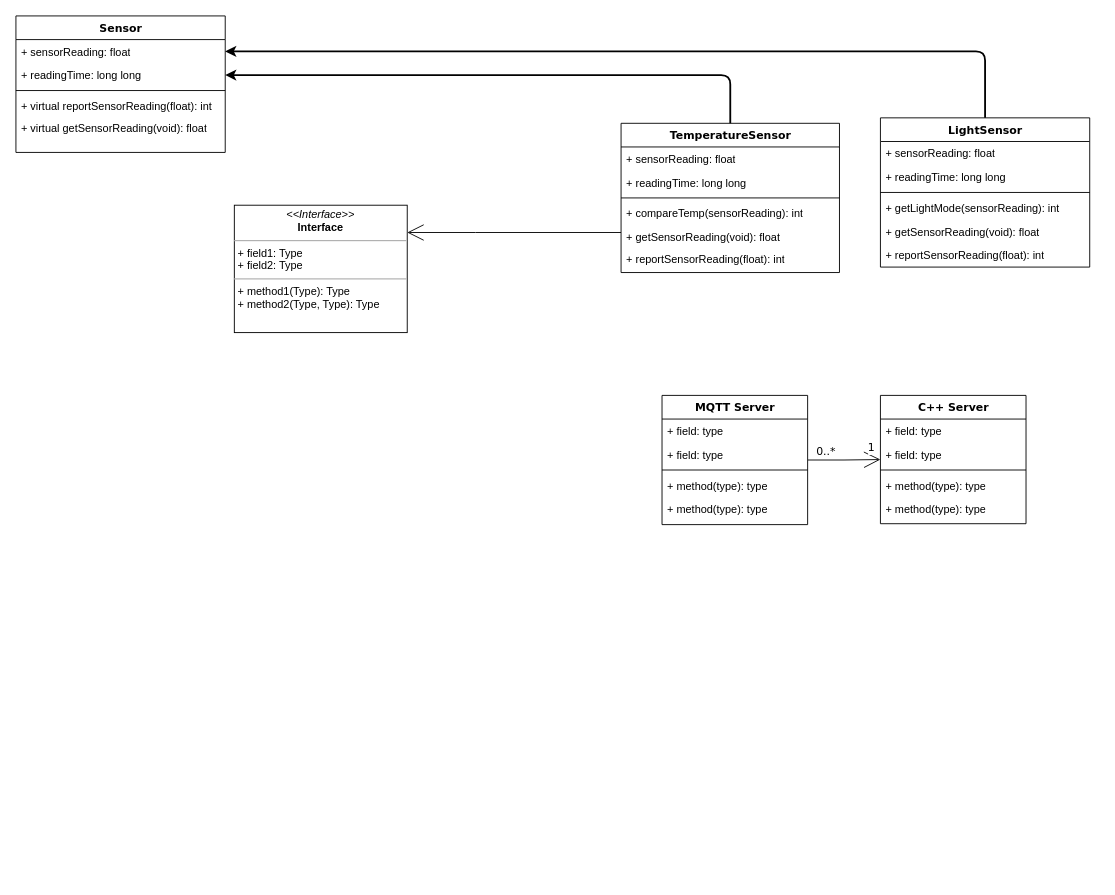
Marcelle-Samir/IoT-MQTT keeps this draw.io diagram as design.drawio. Above is the earlier version. Source tidied: cells renumbered, new cells numbered last; positions are measured from the earlier drawing's top-left corner, leaving out a move shared by most shapes. Both pictures are drawn from the tidied source at 91%, with x=0, y=0 at pixel (15, 15).
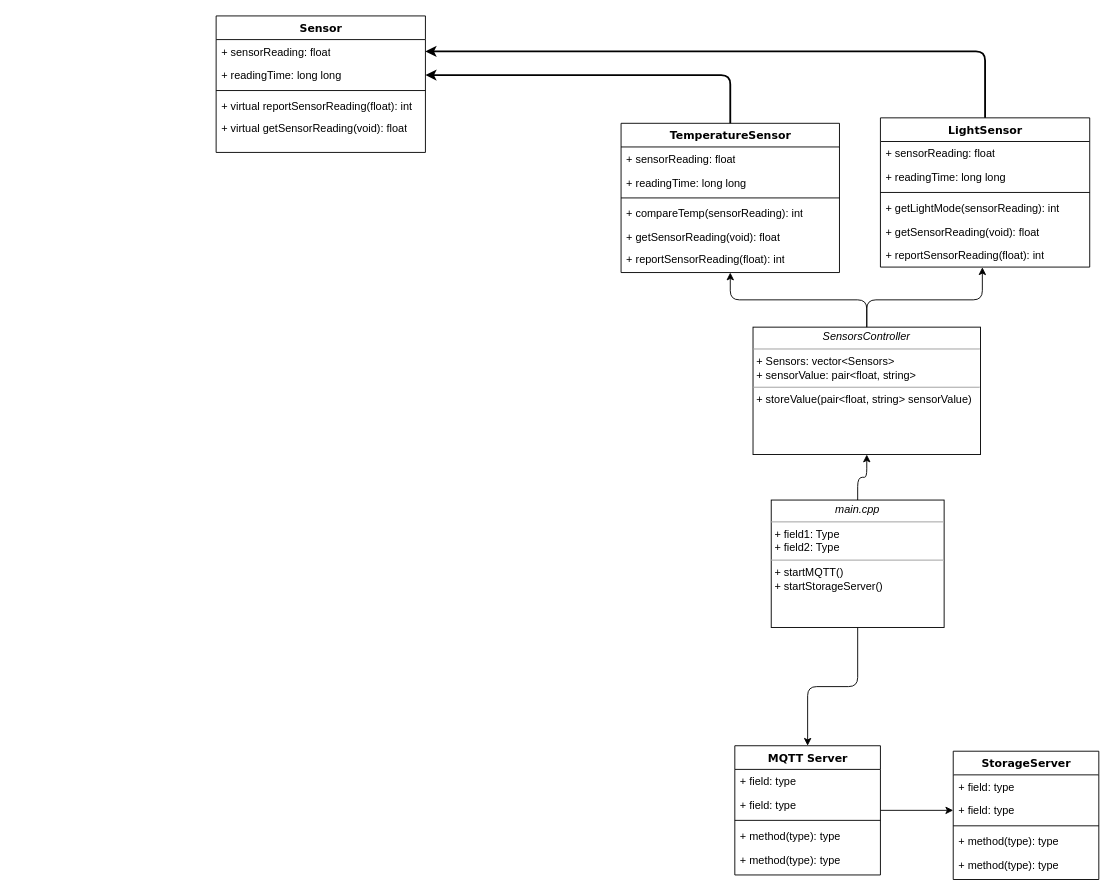
After the change.

The change refers to these unchanged cells:
```xml
<mxCell id="10" value="TemperatureSensor" style="swimlane;html=1;fontStyle=1;align=center;verticalAlign=top;horizontal=1;startSize=26;swimlaneFillColor=#ffffff;rounded=0;shadow=0;comic=0;labelBackgroundColor=none;strokeWidth=1;fillColor=none;fontFamily=Verdana;fontSize=12;" parent="1" vertex="1">
  <mxGeometry x="665" y="118" width="240" height="164" as="geometry" />
</mxCell>
<mxCell id="28" value="+ field: type" style="text;html=1;strokeColor=none;fillColor=none;align=left;verticalAlign=top;spacingLeft=4;spacingRight=4;whiteSpace=wrap;overflow=hidden;points=[[0,0.5],[1,0.5]];portConstraint=eastwest;" parent="26" vertex="1">
  <mxGeometry y="52" width="160" height="26" as="geometry" />
</mxCell>
<mxCell id="39" value="+ reportSensorReading(float): int&lt;br&gt;&lt;div&gt;&lt;br&gt;&lt;/div&gt;" style="text;html=1;strokeColor=none;fillColor=none;align=left;verticalAlign=top;spacingLeft=4;spacingRight=4;whiteSpace=wrap;overflow=hidden;points=[[0,0.5],[1,0.5]];portConstraint=eastwest;" parent="33" vertex="1">
  <mxGeometry y="138" width="230" height="26" as="geometry" />
</mxCell>
```

Change to the diagram source:
```diff
@@
     <mxCell id="2" value="Sensor" style="swimlane;html=1;fontStyle=1;align=center;verticalAlign=top;horizontal=1;startSize=26;swimlaneFillColor=#ffffff;rounded=0;shadow=0;comic=0;labelBackgroundColor=none;strokeWidth=1;fillColor=none;fontFamily=Verdana;fontSize=12;" parent="1" vertex="1">
-      <mxGeometry width="230" height="150" as="geometry" />
+      <mxGeometry x="220" width="230" height="150" as="geometry" />
     </mxCell>
@@
-    <mxCell id="8" style="edgeStyle=orthogonalEdgeStyle;rounded=0;html=1;labelBackgroundColor=none;startArrow=none;startFill=0;startSize=8;endArrow=open;endFill=0;endSize=16;fontFamily=Verdana;fontSize=12;" parent="1" edge="1" source="10" target="32">
-      <mxGeometry relative="1" as="geometry">
-        <Array as="points">
-          <mxPoint x="505" y="238" />
-          <mxPoint x="505" y="238" />
-        </Array>
-      </mxGeometry>
-    </mxCell>
@@
-    <mxCell id="17" style="edgeStyle=orthogonalEdgeStyle;rounded=0;html=1;labelBackgroundColor=none;startArrow=none;startFill=0;startSize=8;endArrow=open;endFill=0;endSize=16;fontFamily=Verdana;fontSize=12;" parent="1" edge="1" source="20" target="26">
-      <mxGeometry relative="1" as="geometry" />
-    </mxCell>
-    <mxCell id="18" value="0..*" style="text;html=1;align=center;verticalAlign=middle;labelBackgroundColor=#ffffff;fontSize=12;fontFamily=Verdana;" parent="17" vertex="1">
-      <mxGeometry x="-0.79" relative="1" as="geometry">
-        <mxPoint x="11" y="-10" as="offset" />
-      </mxGeometry>
-    </mxCell>
-    <mxCell id="19" value="1" style="text;html=1;align=center;verticalAlign=middle;labelBackgroundColor=#ffffff;fontSize=12;fontFamily=Verdana;" parent="17" vertex="1">
-      <mxGeometry x="0.7" y="1" relative="1" as="geometry">
-        <mxPoint x="2" y="-12" as="offset" />
-      </mxGeometry>
-    </mxCell>
+    <mxCell id="41" style="edgeStyle=orthogonalEdgeStyle;rounded=0;jettySize=auto;html=1;" parent="1" edge="1" source="20" target="28">
+      <mxGeometry relative="1" as="geometry" />
+    </mxCell>
     <mxCell id="20" value="MQTT Server" style="swimlane;html=1;fontStyle=1;align=center;verticalAlign=top;horizontal=1;startSize=26;swimlaneFillColor=#ffffff;rounded=0;shadow=0;comic=0;labelBackgroundColor=none;strokeWidth=1;fillColor=none;fontFamily=Verdana;fontSize=12;" parent="1" vertex="1">
-      <mxGeometry x="710" y="417" width="160" height="142" as="geometry" />
+      <mxGeometry x="790" y="802" width="160" height="142" as="geometry" />
     </mxCell>
@@
-    <mxCell id="26" value="C++ Server" style="swimlane;html=1;fontStyle=1;align=center;verticalAlign=top;horizontal=1;startSize=26;swimlaneFillColor=#ffffff;rounded=0;shadow=0;comic=0;labelBackgroundColor=none;strokeWidth=1;fillColor=none;fontFamily=Verdana;fontSize=12;" parent="1" vertex="1">
-      <mxGeometry x="950" y="417" width="160" height="141" as="geometry" />
+    <mxCell id="26" value="StorageServer" style="swimlane;html=1;fontStyle=1;align=center;verticalAlign=top;horizontal=1;startSize=26;swimlaneFillColor=#ffffff;rounded=0;shadow=0;comic=0;labelBackgroundColor=none;strokeWidth=1;fillColor=none;fontFamily=Verdana;fontSize=12;" parent="1" vertex="1">
+      <mxGeometry x="1030" y="808" width="160" height="141" as="geometry" />
     </mxCell>
@@
+    <mxCell id="42" style="edgeStyle=orthogonalEdgeStyle;rounded=1;jettySize=auto;html=1;curved=0;" parent="1" edge="1" source="32" target="20">
+      <mxGeometry relative="1" as="geometry" />
+    </mxCell>
+    <mxCell id="43" style="edgeStyle=orthogonalEdgeStyle;rounded=1;jettySize=auto;html=1;curved=0;" parent="1" edge="1" source="32" target="45">
+      <mxGeometry relative="1" as="geometry" />
+    </mxCell>
-    <mxCell id="32" value="&lt;p style=&quot;margin:0px;margin-top:4px;text-align:center;&quot;&gt;&lt;i&gt;&amp;lt;&amp;lt;Interface&amp;gt;&amp;gt;&lt;/i&gt;&lt;br/&gt;&lt;b&gt;Interface&lt;/b&gt;&lt;/p&gt;&lt;hr size=&quot;1&quot;/&gt;&lt;p style=&quot;margin:0px;margin-left:4px;&quot;&gt;+ field1: Type&lt;br/&gt;+ field2: Type&lt;/p&gt;&lt;hr size=&quot;1&quot;/&gt;&lt;p style=&quot;margin:0px;margin-left:4px;&quot;&gt;+ method1(Type): Type&lt;br/&gt;+ method2(Type, Type): Type&lt;/p&gt;" style="verticalAlign=top;align=left;overflow=fill;fontSize=12;fontFamily=Helvetica;html=1;rounded=0;shadow=0;comic=0;labelBackgroundColor=none;strokeWidth=1;" parent="1" vertex="1">
-      <mxGeometry x="240" y="208" width="190" height="140" as="geometry" />
+    <mxCell id="32" value="&lt;p style=&quot;margin:0px;margin-top:4px;text-align:center;&quot;&gt;&lt;i&gt;main.cpp&lt;/i&gt;&lt;/p&gt;&lt;hr size=&quot;1&quot;&gt;&lt;p style=&quot;margin:0px;margin-left:4px;&quot;&gt;+ field1: Type&lt;br&gt;+ field2: Type&lt;/p&gt;&lt;hr size=&quot;1&quot;&gt;&lt;p style=&quot;margin:0px;margin-left:4px;&quot;&gt;+ startMQTT()&lt;br&gt;+ startStorageServer()&lt;/p&gt;" style="verticalAlign=top;align=left;overflow=fill;fontSize=12;fontFamily=Helvetica;html=1;rounded=0;shadow=0;comic=0;labelBackgroundColor=none;strokeWidth=1;" parent="1" vertex="1">
+      <mxGeometry x="830" y="532" width="190" height="140" as="geometry" />
     </mxCell>
@@
+    <mxCell id="44" style="edgeStyle=orthogonalEdgeStyle;rounded=1;jettySize=auto;html=1;entryX=0.5;entryY=1;entryDx=0;entryDy=0;curved=0;" parent="1" edge="1" source="45" target="10">
+      <mxGeometry relative="1" as="geometry" />
+    </mxCell>
+    <mxCell id="45" value="&lt;p style=&quot;margin:0px;margin-top:4px;text-align:center;&quot;&gt;&lt;i&gt;SensorsController&lt;/i&gt;&lt;/p&gt;&lt;hr size=&quot;1&quot;&gt;&lt;p style=&quot;margin:0px;margin-left:4px;&quot;&gt;+ Sensors: vector&amp;lt;Sensors&amp;gt;&lt;br&gt;+ sensorValue:&amp;nbsp;&lt;span style=&quot;background-color: initial;&quot;&gt;pair&amp;lt;float, string&amp;gt;&lt;/span&gt;&lt;/p&gt;&lt;hr size=&quot;1&quot;&gt;&lt;p style=&quot;margin:0px;margin-left:4px;&quot;&gt;+ storeValue(&lt;span style=&quot;background-color: initial;&quot;&gt;pair&amp;lt;float, string&amp;gt;&amp;nbsp;&lt;/span&gt;&lt;span style=&quot;background-color: initial;&quot;&gt;sensorValue&lt;/span&gt;&lt;span style=&quot;background-color: initial;&quot;&gt;)&lt;/span&gt;&lt;/p&gt;&lt;p style=&quot;margin:0px;margin-left:4px;&quot;&gt;&lt;br&gt;&lt;/p&gt;" style="verticalAlign=top;align=left;overflow=fill;fontSize=12;fontFamily=Helvetica;html=1;rounded=0;shadow=0;comic=0;labelBackgroundColor=none;strokeWidth=1;" parent="1" vertex="1">
+      <mxGeometry x="810" y="342" width="250" height="140" as="geometry" />
+    </mxCell>
+    <mxCell id="46" style="edgeStyle=orthogonalEdgeStyle;rounded=1;jettySize=auto;html=1;entryX=0.487;entryY=1.008;entryDx=0;entryDy=0;entryPerimeter=0;curved=0;" parent="1" edge="1" source="45" target="39">
+      <mxGeometry relative="1" as="geometry">
+        <Array as="points">
+          <mxPoint x="935" y="312" />
+          <mxPoint x="1062" y="312" />
+        </Array>
+      </mxGeometry>
+    </mxCell>
```
